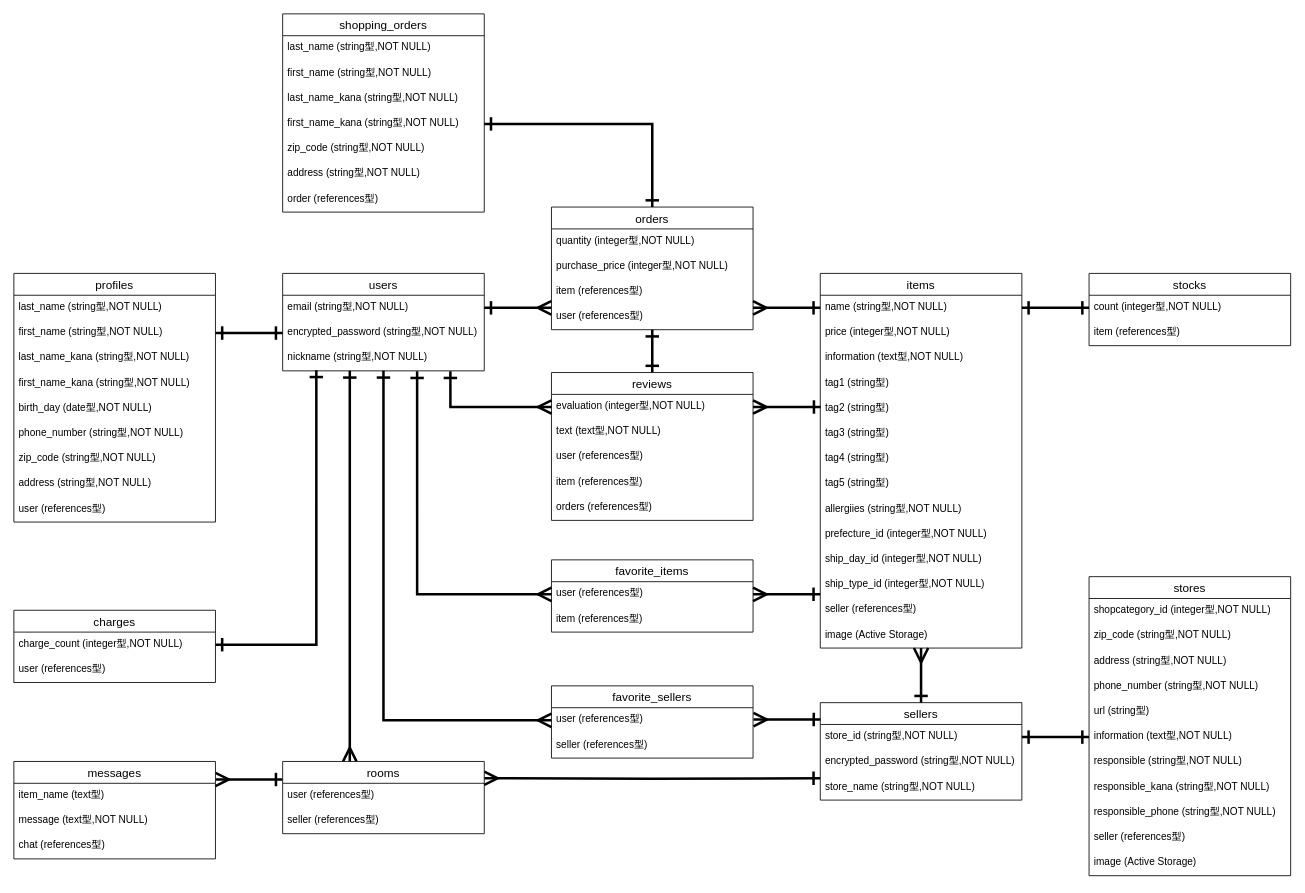
Buchikin/ecshop-foodmall keeps this draw.io diagram as er.dio. Above is the earlier version. Source tidied: cells renumbered, new cells numbered last; positions are measured from the earlier drawing's top-left corner, leaving out a move shared by most shapes. Both pictures are drawn from the tidied source at 84%, with x=0, y=0 at pixel (13, 13).
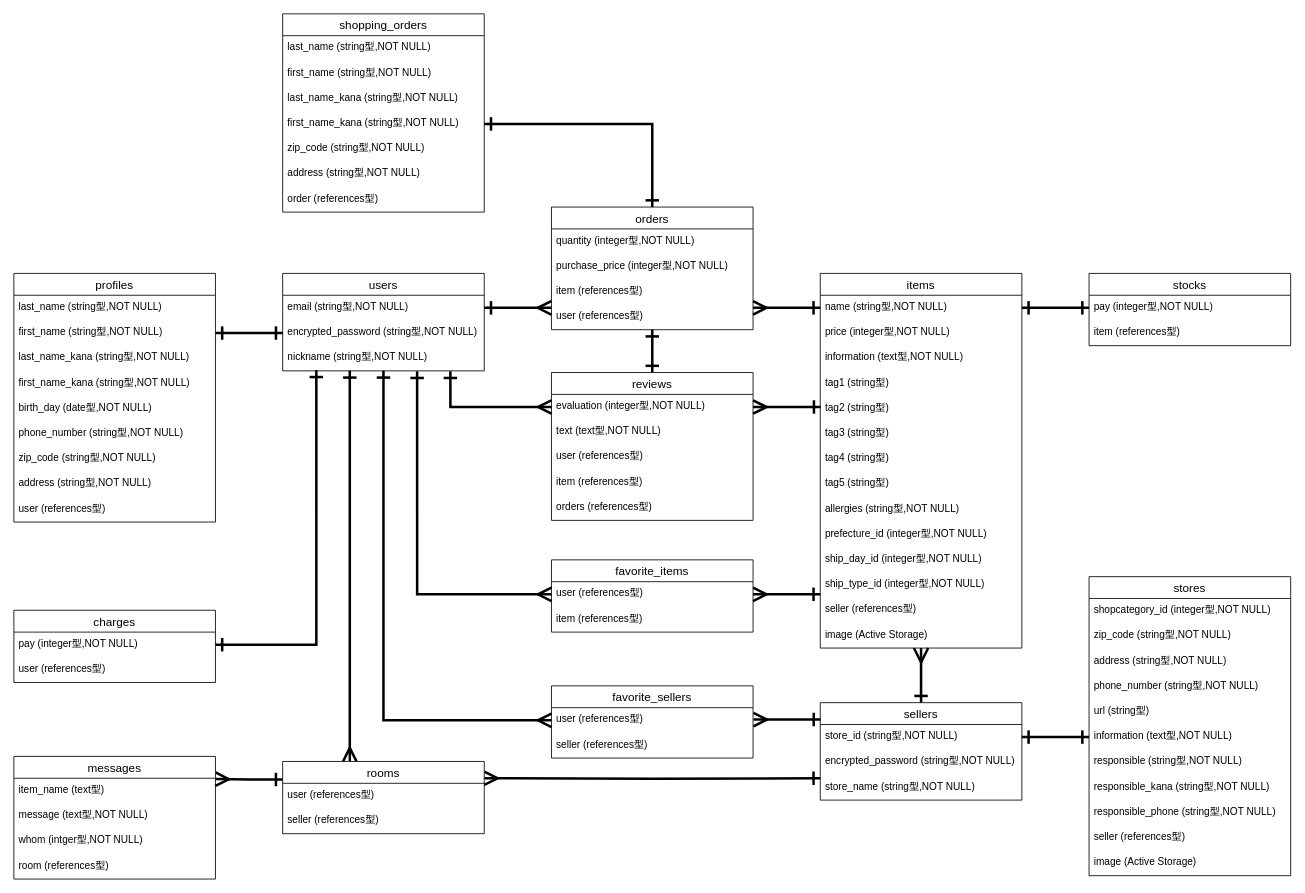
The same diagram, later.

Unchanged cells that the change refers to:
```xml
<mxCell id="34" value="items" style="swimlane;fontStyle=0;horizontal=1;startSize=26;align=center;fontSize=14;" parent="1" vertex="1">
  <mxGeometry x="960" y="309" width="240" height="446" as="geometry" />
</mxCell>
<mxCell id="49" value="stocks" style="swimlane;fontStyle=0;horizontal=1;startSize=26;align=center;fontSize=14;" parent="1" vertex="1">
  <mxGeometry x="1280" y="309" width="240" height="86" as="geometry" />
</mxCell>
<mxCell id="99" value="charges" style="swimlane;fontStyle=0;horizontal=1;startSize=26;align=center;fontSize=14;" parent="1" vertex="1">
  <mxGeometry y="710" width="240" height="86" as="geometry" />
</mxCell>
```

Diff of the diagram source:
```diff
@@
-    <mxCell id="43" value="allergiies (string型,NOT NULL)" style="text;strokeColor=none;fillColor=none;spacingLeft=4;spacingRight=4;overflow=hidden;fontSize=12;" parent="34" vertex="1">
+    <mxCell id="43" value="allergies (string型,NOT NULL)" style="text;strokeColor=none;fillColor=none;spacingLeft=4;spacingRight=4;overflow=hidden;fontSize=12;" parent="34" vertex="1">
       <mxGeometry y="266" width="240" height="30" as="geometry" />
     </mxCell>
@@
-    <mxCell id="50" value="count (integer型,NOT NULL)" style="text;strokeColor=none;fillColor=none;spacingLeft=4;spacingRight=4;overflow=hidden;points=[[0,0.5],[1,0.5]];portConstraint=eastwest;fontSize=12;" parent="49" vertex="1">
+    <mxCell id="50" value="pay (integer型,NOT NULL)" style="text;strokeColor=none;fillColor=none;spacingLeft=4;spacingRight=4;overflow=hidden;points=[[0,0.5],[1,0.5]];portConstraint=eastwest;fontSize=12;" parent="49" vertex="1">
       <mxGeometry y="26" width="240" height="30" as="geometry" />
     </mxCell>
@@
     <mxCell id="77" value="messages" style="swimlane;fontStyle=0;horizontal=1;startSize=26;align=center;fontSize=14;" parent="1" vertex="1">
-      <mxGeometry y="890" width="240" height="116" as="geometry" />
+      <mxGeometry y="884" width="240" height="146" as="geometry" />
     </mxCell>
@@
+    <mxCell id="103" value="whom (intger型,NOT NULL)" style="text;strokeColor=none;fillColor=none;spacingLeft=4;spacingRight=4;overflow=hidden;fontSize=12;" parent="77" vertex="1">
+      <mxGeometry y="86" width="240" height="30" as="geometry" />
+    </mxCell>
-    <mxCell id="80" value="chat (references型)" style="text;strokeColor=none;fillColor=none;spacingLeft=4;spacingRight=4;overflow=hidden;fontSize=12;" parent="77" vertex="1">
-      <mxGeometry y="86" width="240" height="30" as="geometry" />
+    <mxCell id="80" value="room (references型)" style="text;strokeColor=none;fillColor=none;spacingLeft=4;spacingRight=4;overflow=hidden;fontSize=12;" parent="77" vertex="1">
+      <mxGeometry y="116" width="240" height="30" as="geometry" />
     </mxCell>
@@
-    <mxCell id="100" value="charge_count (integer型,NOT NULL)" style="text;strokeColor=none;fillColor=none;spacingLeft=4;spacingRight=4;overflow=hidden;points=[[0,0.5],[1,0.5]];portConstraint=eastwest;fontSize=12;" parent="99" vertex="1">
+    <mxCell id="100" value="pay (integer型,NOT NULL)" style="text;strokeColor=none;fillColor=none;spacingLeft=4;spacingRight=4;overflow=hidden;points=[[0,0.5],[1,0.5]];portConstraint=eastwest;fontSize=12;" parent="99" vertex="1">
       <mxGeometry y="26" width="240" height="30" as="geometry" />
     </mxCell>
```
